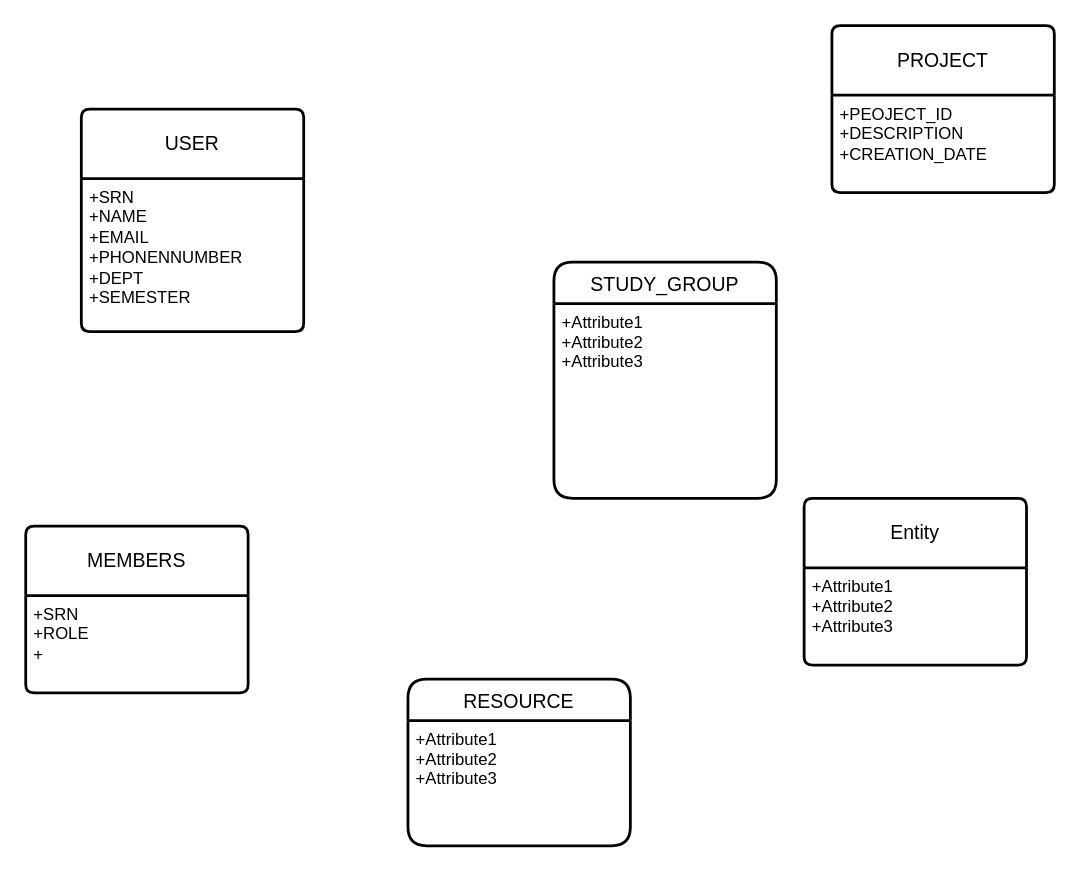
Earlier version of the draw.io diagram relational_schame.drawio (bvgaurav4/COVITEAM). Source tidied: cells renumbered, new cells numbered last; positions are measured from the earlier drawing's top-left corner, leaving out a move shared by most shapes. Both pictures are drawn from the tidied source at 139%, with x=0, y=0 at pixel (25, 25).
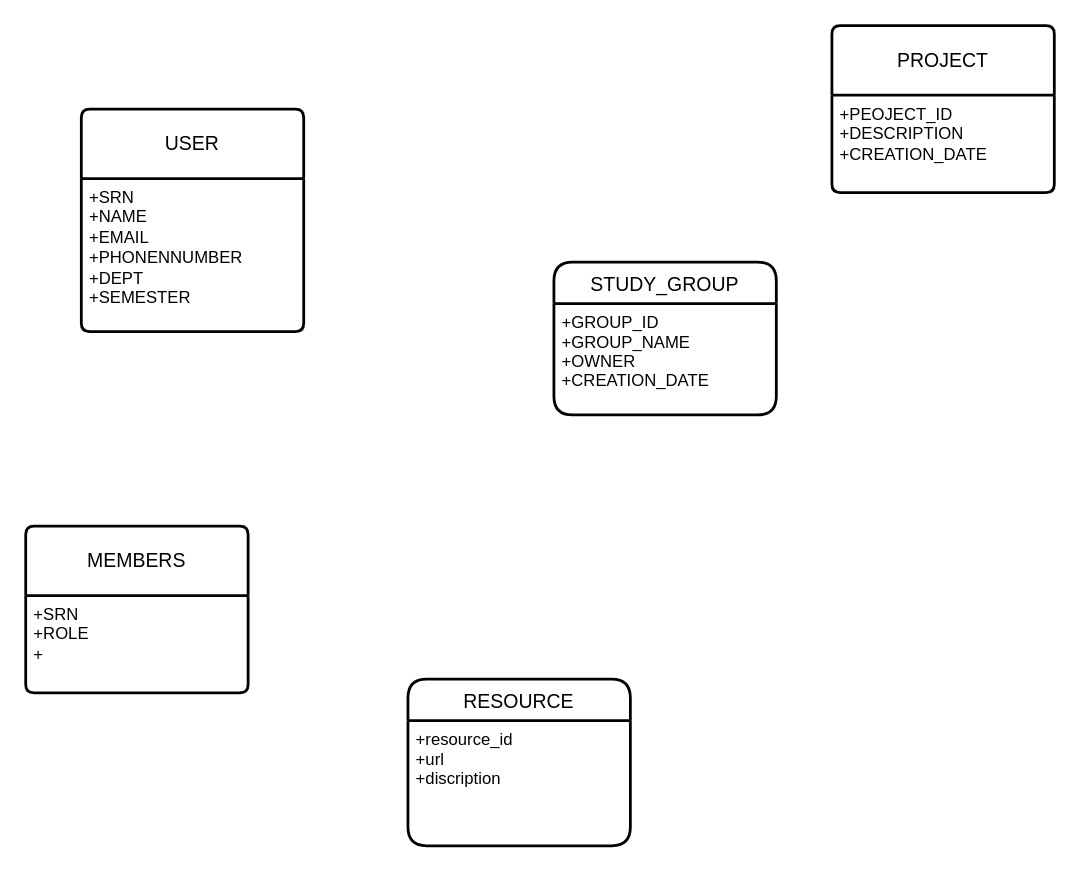
Above is the later version.

What changed in the source:
```diff
@@
 <mxGraphModel>
   <root>
     <mxCell id="0" />
     <mxCell id="1" parent="0" />
-    <mxCell id="2" value="Entity" style="swimlane;horizontal=1;startSize=50;rounded=1;fontSize=14;fontStyle=0;strokeWidth=2;shadow=0;dashed=0;align=center;arcSize=4;whiteSpace=wrap;html=1;" parent="1" vertex="1">
-      <mxGeometry x="560" y="340" width="160" height="120" as="geometry" />
-    </mxCell>
-    <mxCell id="3" value="+Attribute1&#10;+Attribute2&#10;+Attribute3" style="align=left;strokeColor=none;fillColor=none;spacingLeft=4;fontSize=12;verticalAlign=top;html=1;" parent="2" vertex="1">
-      <mxGeometry y="50" width="160" height="70" as="geometry" />
-    </mxCell>
     <mxCell id="4" value="MEMBERS" style="swimlane;horizontal=1;startSize=50;rounded=1;fontSize=14;fontStyle=0;strokeWidth=2;shadow=0;dashed=0;align=center;arcSize=4;whiteSpace=wrap;html=1;" parent="1" vertex="1">
       <mxGeometry y="360" width="160" height="120" as="geometry" />
     </mxCell>
     <mxCell id="5" value="+SRN&lt;br&gt;+ROLE&lt;br&gt;+" style="align=left;strokeColor=none;fillColor=none;spacingLeft=4;fontSize=12;verticalAlign=top;html=1;" parent="4" vertex="1">
       <mxGeometry y="50" width="160" height="70" as="geometry" />
     </mxCell>
     <mxCell id="6" value="PROJECT" style="swimlane;horizontal=1;startSize=50;rounded=1;fontSize=14;fontStyle=0;strokeWidth=2;shadow=0;dashed=0;align=center;arcSize=4;whiteSpace=wrap;html=1;" parent="1" vertex="1">
       <mxGeometry x="580" width="160" height="120" as="geometry" />
     </mxCell>
     <mxCell id="7" value="+PEOJECT_ID&lt;br&gt;+DESCRIPTION&lt;br&gt;+CREATION_DATE" style="align=left;strokeColor=none;fillColor=none;spacingLeft=4;fontSize=12;verticalAlign=top;html=1;" parent="6" vertex="1">
       <mxGeometry y="50" width="160" height="70" as="geometry" />
     </mxCell>
     <mxCell id="8" value="USER" style="swimlane;horizontal=1;startSize=50;rounded=1;fontSize=14;fontStyle=0;strokeWidth=2;shadow=0;dashed=0;align=center;arcSize=4;whiteSpace=wrap;html=1;" parent="1" vertex="1">
       <mxGeometry x="40" y="60" width="160" height="160" as="geometry" />
     </mxCell>
     <mxCell id="9" value="+SRN&lt;br&gt;+NAME&lt;br&gt;+EMAIL&lt;br&gt;+PHONENNUMBER&lt;br&gt;+DEPT&lt;br&gt;+SEMESTER" style="align=left;strokeColor=none;fillColor=none;spacingLeft=4;fontSize=12;verticalAlign=top;html=1;" parent="8" vertex="1">
       <mxGeometry y="50" width="160" height="110" as="geometry" />
     </mxCell>
     <mxCell id="10" value="STUDY_GROUP" style="swimlane;horizontal=1;startSize=30;rounded=1;fontSize=14;fontStyle=0;strokeWidth=2;shadow=0;dashed=0;align=center;" parent="1" vertex="1">
-      <mxGeometry x="380" y="170" width="160" height="170" as="geometry" />
+      <mxGeometry x="380" y="170" width="160" height="110" as="geometry" />
     </mxCell>
-    <mxCell id="11" value="+Attribute1&#10;+Attribute2&#10;+Attribute3" style="align=left;strokeColor=none;fillColor=none;spacingLeft=4;fontSize=12;verticalAlign=top;" parent="10" vertex="1">
-      <mxGeometry y="30" width="160" height="140" as="geometry" />
+    <mxCell id="11" value="+GROUP_ID&#10;+GROUP_NAME&#10;+OWNER&#10;+CREATION_DATE" style="align=left;strokeColor=none;fillColor=none;spacingLeft=4;fontSize=12;verticalAlign=top;" parent="10" vertex="1">
+      <mxGeometry y="30" width="160" height="80" as="geometry" />
     </mxCell>
     <mxCell id="12" value="RESOURCE" style="swimlane;horizontal=1;startSize=30;rounded=1;fontSize=14;fontStyle=0;strokeWidth=2;shadow=0;dashed=0;align=center;" parent="1" vertex="1">
       <mxGeometry x="275" y="470" width="160" height="120" as="geometry" />
     </mxCell>
-    <mxCell id="13" value="+Attribute1&#10;+Attribute2&#10;+Attribute3" style="align=left;strokeColor=none;fillColor=none;spacingLeft=4;fontSize=12;verticalAlign=top;" parent="12" vertex="1">
+    <mxCell id="13" value="+resource_id&#10;+url&#10;+discription" style="align=left;strokeColor=none;fillColor=none;spacingLeft=4;fontSize=12;verticalAlign=top;" parent="12" vertex="1">
       <mxGeometry y="30" width="160" height="90" as="geometry" />
     </mxCell>
   </root>
 </mxGraphModel>
```
